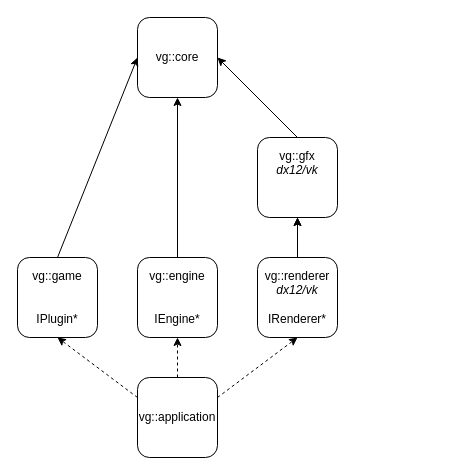
vimontgames/vgframework keeps this draw.io diagram as doc/modules.drawio. Above is the earlier version. Source tidied: cells renumbered, new cells numbered last; positions are measured from the earlier drawing's top-left corner, leaving out a move shared by most shapes. Both pictures are drawn from the tidied source at 100%, with x=0, y=0 at pixel (17, 17).
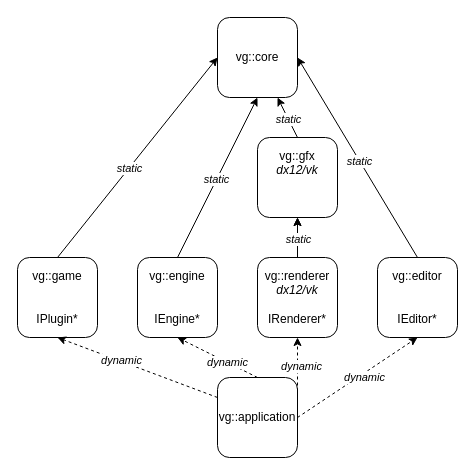
After the change.

Commit message (it also covers changes not shown here):
Refacto move ImGui to 'Editor' WIP

The change refers to these unchanged cells:
```xml
<mxCell id="4" value="vg::gfx&lt;br&gt;&lt;i&gt;dx12/vk&lt;br&gt;&lt;br&gt;&lt;br&gt;&lt;/i&gt;" style="rounded=1;whiteSpace=wrap;html=1;" parent="1" vertex="1">
  <mxGeometry x="240" y="120" width="80" height="80" as="geometry" />
</mxCell>
<mxCell id="9" style="endArrow=classic;html=1;rounded=0;entryX=0.5;entryY=1;entryDx=0;entryDy=0;exitX=0.5;exitY=0;exitDx=0;exitDy=0;" parent="1" edge="1" source="3" target="2">
  <mxGeometry relative="1" as="geometry" />
</mxCell>
<mxCell id="10" style="endArrow=classic;html=1;rounded=0;entryX=0;entryY=0.5;entryDx=0;entryDy=0;exitX=0.5;exitY=0;exitDx=0;exitDy=0;" parent="1" edge="1" source="7" target="2">
  <mxGeometry relative="1" as="geometry" />
</mxCell>
<mxCell id="11" style="endArrow=classic;html=1;rounded=0;entryX=0.5;entryY=1;entryDx=0;entryDy=0;exitX=0.5;exitY=0;exitDx=0;exitDy=0;" parent="1" edge="1" source="6" target="4">
  <mxGeometry relative="1" as="geometry" />
</mxCell>
<mxCell id="13" style="endArrow=classic;dashed=1;html=1;rounded=0;entryX=0.5;entryY=1;entryDx=0;entryDy=0;exitX=0;exitY=0.25;exitDx=0;exitDy=0;shadow=0;endFill=1;" parent="1" edge="1" source="12" target="7">
  <mxGeometry relative="1" as="geometry" />
</mxCell>
<mxCell id="14" style="endArrow=classic;dashed=1;html=1;rounded=0;entryX=0.5;entryY=1;entryDx=0;entryDy=0;exitX=0.5;exitY=0;exitDx=0;exitDy=0;shadow=0;endFill=1;" parent="1" edge="1" source="12" target="3">
  <mxGeometry relative="1" as="geometry" />
</mxCell>
<mxCell id="15" style="endArrow=classic;dashed=1;html=1;rounded=0;entryX=0.5;entryY=1;entryDx=0;entryDy=0;exitX=1;exitY=0.25;exitDx=0;exitDy=0;shadow=0;endFill=1;" parent="1" edge="1" source="12" target="6">
  <mxGeometry relative="1" as="geometry" />
</mxCell>
```

Change to the diagram source:
```diff
@@
     <mxCell id="2" value="vg::core" style="rounded=1;whiteSpace=wrap;html=1;" parent="1" vertex="1">
-      <mxGeometry x="120" width="80" height="80" as="geometry" />
+      <mxGeometry x="200" width="80" height="80" as="geometry" />
     </mxCell>
@@
-    <mxCell id="8" style="endArrow=classic;html=1;rounded=0;entryX=1;entryY=0.5;entryDx=0;entryDy=0;exitX=0.5;exitY=0;exitDx=0;exitDy=0;" parent="1" edge="1" source="4" target="2">
+    <mxCell id="8" style="endArrow=classic;html=1;rounded=0;entryX=0.75;entryY=1;entryDx=0;entryDy=0;exitX=0.5;exitY=0;exitDx=0;exitDy=0;" parent="1" edge="1" source="4" target="2">
       <mxGeometry relative="1" as="geometry" />
     </mxCell>
+    <mxCell id="16" value="&lt;i&gt;static&lt;/i&gt;" style="edgeLabel;html=1;align=center;verticalAlign=middle;" parent="8" vertex="1">
+      <mxGeometry x="-0.07" relative="1" as="geometry" />
+    </mxCell>
@@
+    <mxCell id="17" value="&lt;i&gt;static&lt;/i&gt;" style="edgeLabel;html=1;align=center;verticalAlign=middle;" parent="9" vertex="1">
+      <mxGeometry x="-0.03" y="1" relative="1" as="geometry" />
+    </mxCell>
@@
+    <mxCell id="18" value="&lt;i&gt;static&lt;/i&gt;" style="edgeLabel;html=1;align=center;verticalAlign=middle;" parent="10" vertex="1">
+      <mxGeometry x="-0.11" relative="1" as="geometry" />
+    </mxCell>
@@
+    <mxCell id="19" value="&lt;i&gt;static&lt;/i&gt;" style="edgeLabel;html=1;align=center;verticalAlign=middle;" parent="11" vertex="1">
+      <mxGeometry x="-0.05" relative="1" as="geometry" />
+    </mxCell>
     <mxCell id="12" value="vg::application" style="rounded=1;whiteSpace=wrap;html=1;" parent="1" vertex="1">
-      <mxGeometry x="120" y="360" width="80" height="80" as="geometry" />
+      <mxGeometry x="200" y="360" width="80" height="80" as="geometry" />
     </mxCell>
@@
+    <mxCell id="20" value="&lt;i&gt;dynamic&lt;/i&gt;" style="edgeLabel;html=1;align=center;verticalAlign=middle;" parent="13" vertex="1">
+      <mxGeometry x="0.21" y="-1" relative="1" as="geometry" />
+    </mxCell>
@@
+    <mxCell id="21" value="&lt;i&gt;dynamic&lt;/i&gt;" style="edgeLabel;html=1;align=center;verticalAlign=middle;" parent="14" vertex="1">
+      <mxGeometry x="-0.25" relative="1" as="geometry" />
+    </mxCell>
@@
+    <mxCell id="22" value="&lt;i&gt;dynamic&lt;/i&gt;" style="edgeLabel;html=1;align=center;verticalAlign=middle;" parent="15" vertex="1">
+      <mxGeometry x="0.08" y="-3" relative="1" as="geometry" />
+    </mxCell>
+    <mxCell id="23" value="vg::editor&lt;br&gt;&lt;br&gt;&lt;br&gt;IEditor*" style="rounded=1;whiteSpace=wrap;html=1;" parent="1" vertex="1">
+      <mxGeometry x="360" y="240" width="80" height="80" as="geometry" />
+    </mxCell>
+    <mxCell id="24" style="endArrow=classic;dashed=1;html=1;rounded=0;entryX=0.5;entryY=1;entryDx=0;entryDy=0;exitX=1;exitY=0.5;exitDx=0;exitDy=0;shadow=0;endFill=1;" parent="1" edge="1" source="12" target="23">
+      <mxGeometry relative="1" as="geometry" />
+    </mxCell>
+    <mxCell id="25" value="&lt;i&gt;dynamic&lt;/i&gt;" style="edgeLabel;html=1;align=center;verticalAlign=middle;" parent="24" vertex="1">
+      <mxGeometry x="0.08" y="-3" relative="1" as="geometry" />
+    </mxCell>
+    <mxCell id="26" style="endArrow=classic;html=1;rounded=0;entryX=1;entryY=0.5;entryDx=0;entryDy=0;exitX=0.5;exitY=0;exitDx=0;exitDy=0;" parent="1" edge="1" source="23" target="2">
+      <mxGeometry relative="1" as="geometry" />
+    </mxCell>
+    <mxCell id="27" value="&lt;i&gt;static&lt;/i&gt;" style="edgeLabel;html=1;align=center;verticalAlign=middle;" parent="26" vertex="1">
+      <mxGeometry x="-0.03" y="1" relative="1" as="geometry" />
+    </mxCell>
```
